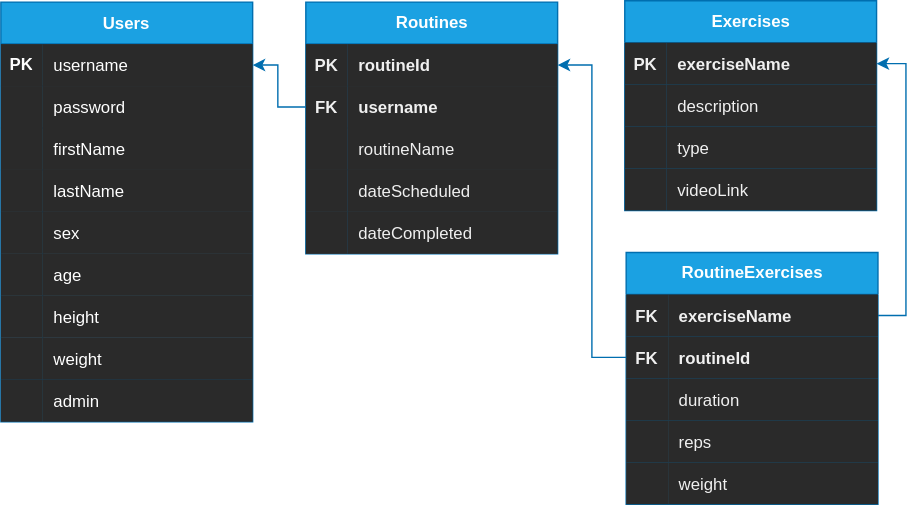
Before: project2ERD.drawio.svg, a diagram exported from draw.io (bpurkuti/Fitness-Tracker-Backend). Source tidied: cells renumbered, new cells last; positions are measured from the earlier drawing's top-left corner, leaving out a move shared by most shapes.
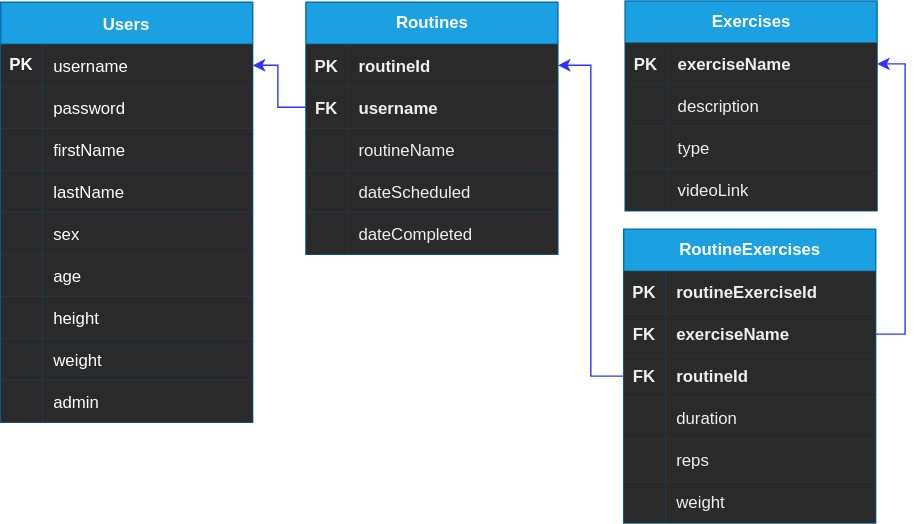
Above is the later version.

Diff of the diagram source:
```diff
@@ -125,14 +125,20 @@
     <mxCell id="42" value="videoLink" style="shape=partialRectangle;top=0;left=0;bottom=0;right=0;align=left;spacingLeft=6;overflow=hidden;fillColor=#2A2A2A;fontColor=#F0F0F0;" parent="40" vertex="1">
       <mxGeometry x="30" width="150" height="30" as="geometry" />
     </mxCell>
-    <mxCell id="43" style="edgeStyle=orthogonalEdgeStyle;rounded=0;jettySize=auto;html=1;exitX=1;exitY=0.25;exitDx=0;exitDy=0;entryX=1;entryY=0.5;entryDx=0;entryDy=0;fontColor=#000000;strokeColor=#006EAF;fillColor=#1ba1e2;" parent="1" edge="1" source="44" target="31">
-      <mxGeometry relative="1" as="geometry" />
-    </mxCell>
     <mxCell id="44" value="RoutineExercises" style="shape=table;startSize=30;rowLines=1;fontStyle=1;align=center;fontColor=#ffffff;strokeColor=#006EAF;fillColor=#1ba1e2;html=1;" parent="1" vertex="1">
-      <mxGeometry x="447" y="180" width="180" height="180" as="geometry" />
+      <mxGeometry x="445" y="163" width="180" height="210" as="geometry" />
     </mxCell>
+    <mxCell id="79" style="shape=partialRectangle;fillColor=none;top=0;left=0;bottom=0;right=0;" parent="44" vertex="1">
+      <mxGeometry y="30" width="180" height="30" as="geometry" />
+    </mxCell>
+    <mxCell id="80" value="PK" style="shape=partialRectangle;top=0;left=0;bottom=0;right=0;overflow=hidden;fontStyle=1;fontColor=#F0F0F0;fillColor=#2A2A2A;" parent="79" vertex="1">
+      <mxGeometry width="30" height="30" as="geometry" />
+    </mxCell>
+    <mxCell id="81" value="routineExerciseId" style="shape=partialRectangle;top=0;left=0;bottom=0;right=0;align=left;spacingLeft=6;overflow=hidden;fontStyle=1;fontColor=#F0F0F0;fillColor=#2A2A2A;" parent="79" vertex="1">
+      <mxGeometry x="30" width="150" height="30" as="geometry" />
+    </mxCell>
     <mxCell id="45" style="shape=partialRectangle;fillColor=none;top=0;left=0;bottom=0;right=0;points=[[0,0.5],[1,0.5]];portConstraint=eastwest;" parent="44" vertex="1">
-      <mxGeometry y="30" width="180" height="30" as="geometry" />
+      <mxGeometry y="60" width="180" height="30" as="geometry" />
     </mxCell>
     <mxCell id="46" value="FK" style="shape=partialRectangle;top=0;left=0;bottom=0;right=0;overflow=hidden;fontStyle=1;fontColor=#F0F0F0;fillColor=#2A2A2A;" parent="45" vertex="1">
       <mxGeometry width="30" height="30" as="geometry" />
@@ -141,7 +147,7 @@
       <mxGeometry x="30" width="150" height="30" as="geometry" />
     </mxCell>
     <mxCell id="48" style="shape=partialRectangle;fillColor=none;top=0;left=0;bottom=0;right=0;points=[[0,0.5],[1,0.5]];portConstraint=eastwest;" parent="44" vertex="1">
-      <mxGeometry y="60" width="180" height="30" as="geometry" />
+      <mxGeometry y="90" width="180" height="30" as="geometry" />
     </mxCell>
     <mxCell id="49" value="FK" style="shape=partialRectangle;top=0;left=0;bottom=0;right=0;overflow=hidden;fontStyle=1;fontColor=#F0F0F0;fillColor=#2A2A2A;" parent="48" vertex="1">
       <mxGeometry width="30" height="30" as="geometry" />
@@ -150,7 +156,7 @@
       <mxGeometry x="30" width="150" height="30" as="geometry" />
     </mxCell>
     <mxCell id="51" style="shape=partialRectangle;fillColor=none;top=0;left=0;bottom=0;right=0;" parent="44" vertex="1">
-      <mxGeometry y="90" width="180" height="30" as="geometry" />
+      <mxGeometry y="120" width="180" height="30" as="geometry" />
     </mxCell>
     <mxCell id="52" style="shape=partialRectangle;top=0;left=0;bottom=0;right=0;overflow=hidden;fontColor=#F0F0F0;fillColor=#2A2A2A;" parent="51" vertex="1">
       <mxGeometry width="30" height="30" as="geometry" />
@@ -159,7 +165,7 @@
       <mxGeometry x="30" width="150" height="30" as="geometry" />
     </mxCell>
     <mxCell id="54" style="shape=partialRectangle;fillColor=none;top=0;left=0;bottom=0;right=0;" parent="44" vertex="1">
-      <mxGeometry y="120" width="180" height="30" as="geometry" />
+      <mxGeometry y="150" width="180" height="30" as="geometry" />
     </mxCell>
     <mxCell id="55" style="shape=partialRectangle;top=0;left=0;bottom=0;right=0;overflow=hidden;fontColor=#F0F0F0;fillColor=#2A2A2A;" parent="54" vertex="1">
       <mxGeometry width="30" height="30" as="geometry" />
@@ -168,7 +174,7 @@
       <mxGeometry x="30" width="150" height="30" as="geometry" />
     </mxCell>
     <mxCell id="57" style="shape=partialRectangle;fillColor=none;top=0;left=0;bottom=0;right=0;" parent="44" vertex="1">
-      <mxGeometry y="150" width="180" height="30" as="geometry" />
+      <mxGeometry y="180" width="180" height="30" as="geometry" />
     </mxCell>
     <mxCell id="58" style="shape=partialRectangle;top=0;left=0;bottom=0;right=0;overflow=hidden;fontColor=#F0F0F0;fillColor=#2A2A2A;" parent="57" vertex="1">
       <mxGeometry width="30" height="30" as="geometry" />
@@ -234,11 +240,14 @@
     <mxCell id="76" value="dateCompleted" style="shape=partialRectangle;top=0;left=0;bottom=0;right=0;align=left;spacingLeft=6;overflow=hidden;fillColor=#2A2A2A;fontColor=#F0F0F0;" parent="74" vertex="1">
       <mxGeometry x="30" width="150" height="30" as="geometry" />
     </mxCell>
-    <mxCell id="77" style="edgeStyle=orthogonalEdgeStyle;rounded=0;jettySize=auto;html=1;exitX=0;exitY=0.5;exitDx=0;exitDy=0;entryX=1;entryY=0.5;entryDx=0;entryDy=0;fontColor=#000000;strokeColor=#006EAF;fillColor=#1ba1e2;" parent="1" edge="1" source="65" target="3">
+    <mxCell id="77" style="edgeStyle=orthogonalEdgeStyle;rounded=0;jettySize=auto;html=1;exitX=0;exitY=0.5;exitDx=0;exitDy=0;entryX=1;entryY=0.5;entryDx=0;entryDy=0;fontColor=#000000;fillColor=#1ba1e2;strokeColor=#3333FF;" parent="1" edge="1" source="65" target="3">
       <mxGeometry relative="1" as="geometry" />
     </mxCell>
-    <mxCell id="78" style="edgeStyle=orthogonalEdgeStyle;rounded=0;jettySize=auto;html=1;exitX=0;exitY=0.5;exitDx=0;exitDy=0;entryX=1;entryY=0.5;entryDx=0;entryDy=0;fontColor=#000000;strokeColor=#006EAF;fillColor=#1ba1e2;" parent="1" edge="1" source="48" target="62">
+    <mxCell id="78" style="edgeStyle=orthogonalEdgeStyle;rounded=0;jettySize=auto;html=1;exitX=0;exitY=0.5;exitDx=0;exitDy=0;entryX=1;entryY=0.5;entryDx=0;entryDy=0;fontColor=#000000;fillColor=#1ba1e2;strokeColor=#3333FF;" parent="1" edge="1" source="48" target="62">
       <mxGeometry relative="1" as="geometry" />
     </mxCell>
+    <mxCell id="82" style="edgeStyle=orthogonalEdgeStyle;rounded=0;jettySize=auto;html=1;exitX=1;exitY=0.5;exitDx=0;exitDy=0;entryX=1;entryY=0.5;entryDx=0;entryDy=0;strokeColor=#3333FF;" parent="1" edge="1" source="45" target="31">
+      <mxGeometry relative="1" as="geometry" />
+    </mxCell>
   </root>
 </mxGraphModel>
```
